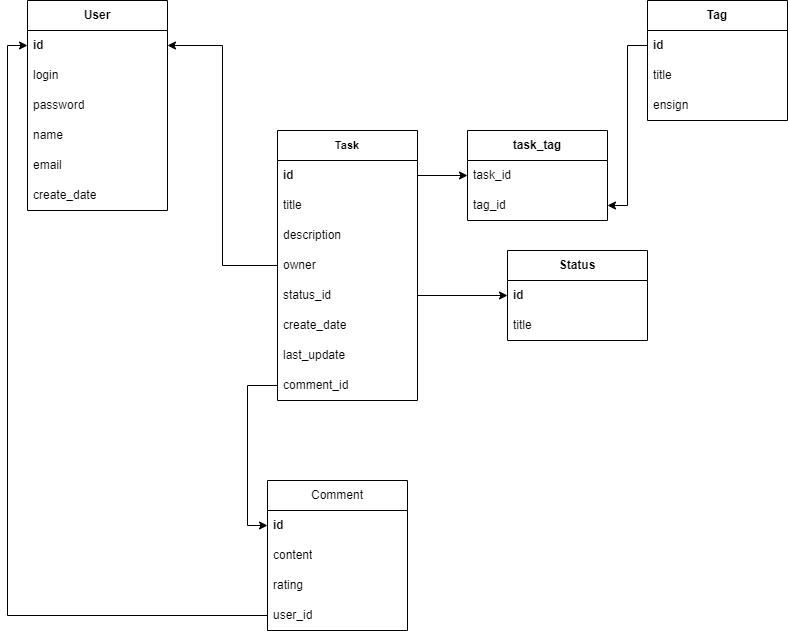
Before: db_schema.drawio.png, a diagram exported from draw.io (dmitrijgashuk/Task_Manager). Source tidied: cells renumbered, new cells last; positions are measured from the earlier drawing's top-left corner, leaving out a move shared by most shapes.
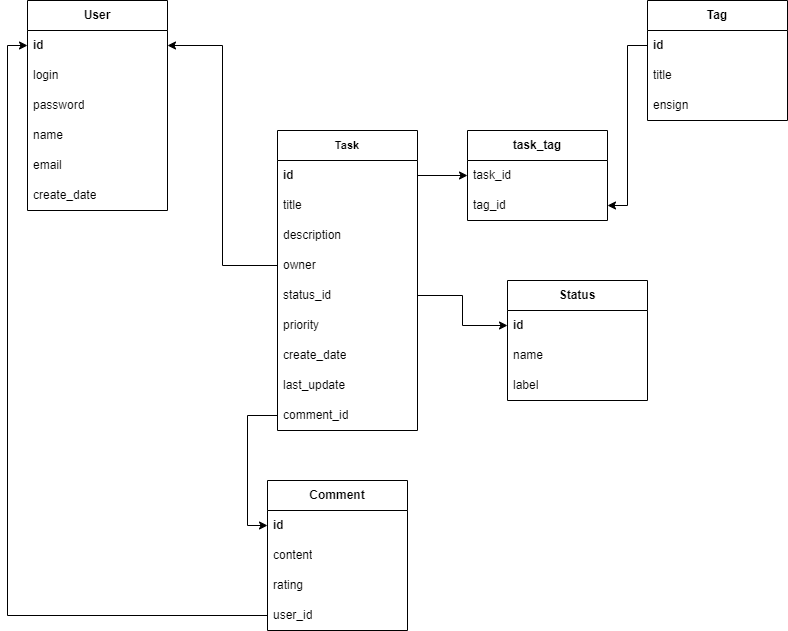
After the commit.

The edit, as a diff of the source:
```diff
@@ -24,7 +24,7 @@
       <mxGeometry y="180" width="140" height="30" as="geometry" />
     </mxCell>
     <mxCell id="9" value="Task" style="swimlane;fontStyle=1;horizontal=1;startSize=30;whiteSpace=wrap;html=1;fontSize=11;" parent="1" vertex="1">
-      <mxGeometry x="250" y="130" width="140" height="270" as="geometry" />
+      <mxGeometry x="250" y="130" width="140" height="300" as="geometry" />
     </mxCell>
     <mxCell id="10" value="id" style="text;strokeColor=none;fillColor=none;align=left;verticalAlign=middle;spacingLeft=4;spacingRight=4;overflow=hidden;points=[[0,0.5],[1,0.5]];portConstraint=eastwest;whiteSpace=wrap;html=1;fontStyle=1;" parent="9" vertex="1">
       <mxGeometry y="30" width="140" height="30" as="geometry" />
@@ -41,16 +41,19 @@
     <mxCell id="14" value="status_id" style="text;strokeColor=none;fillColor=none;align=left;verticalAlign=middle;spacingLeft=4;spacingRight=4;overflow=hidden;points=[[0,0.5],[1,0.5]];portConstraint=eastwest;whiteSpace=wrap;html=1;" parent="9" vertex="1">
       <mxGeometry y="150" width="140" height="30" as="geometry" />
     </mxCell>
+    <mxCell id="39" value="priority" style="text;strokeColor=none;fillColor=none;align=left;verticalAlign=middle;spacingLeft=4;spacingRight=4;overflow=hidden;whiteSpace=wrap;html=1;" parent="9" vertex="1">
+      <mxGeometry y="180" width="140" height="30" as="geometry" />
+    </mxCell>
     <mxCell id="15" value="create_date" style="text;strokeColor=none;fillColor=none;align=left;verticalAlign=middle;spacingLeft=4;spacingRight=4;overflow=hidden;whiteSpace=wrap;html=1;" parent="9" vertex="1">
-      <mxGeometry y="180" width="140" height="30" as="geometry" />
+      <mxGeometry y="210" width="140" height="30" as="geometry" />
     </mxCell>
     <mxCell id="16" value="last_update" style="text;strokeColor=none;fillColor=none;align=left;verticalAlign=middle;spacingLeft=4;spacingRight=4;overflow=hidden;whiteSpace=wrap;html=1;" parent="9" vertex="1">
-      <mxGeometry y="210" width="140" height="30" as="geometry" />
+      <mxGeometry y="240" width="140" height="30" as="geometry" />
     </mxCell>
     <mxCell id="17" value="comment_id" style="text;strokeColor=none;fillColor=none;align=left;verticalAlign=middle;spacingLeft=4;spacingRight=4;overflow=hidden;points=[[0,0.5],[1,0.5]];portConstraint=eastwest;whiteSpace=wrap;html=1;" parent="9" vertex="1">
-      <mxGeometry y="240" width="140" height="30" as="geometry" />
+      <mxGeometry y="270" width="140" height="30" as="geometry" />
     </mxCell>
-    <mxCell id="18" value="Comment" style="swimlane;fontStyle=0;horizontal=1;startSize=30;whiteSpace=wrap;html=1;" parent="1" vertex="1">
+    <mxCell id="18" value="Comment" style="swimlane;fontStyle=1;horizontal=1;startSize=30;whiteSpace=wrap;html=1;" parent="1" vertex="1">
       <mxGeometry x="240" y="480" width="140" height="150" as="geometry" />
     </mxCell>
     <mxCell id="19" value="id" style="text;strokeColor=none;fillColor=none;align=left;verticalAlign=middle;spacingLeft=4;spacingRight=4;overflow=hidden;points=[[0,0.5],[1,0.5]];portConstraint=eastwest;whiteSpace=wrap;html=1;fontStyle=1;" parent="18" vertex="1">
@@ -77,18 +80,6 @@
     <mxCell id="26" value="ensign" style="text;strokeColor=none;fillColor=none;align=left;verticalAlign=middle;spacingLeft=4;spacingRight=4;overflow=hidden;whiteSpace=wrap;html=1;" parent="23" vertex="1">
       <mxGeometry y="90" width="140" height="30" as="geometry" />
     </mxCell>
-    <mxCell id="27" value="Status" style="swimlane;fontStyle=1;horizontal=1;startSize=30;whiteSpace=wrap;html=1;" parent="1" vertex="1">
-      <mxGeometry x="480" y="250" width="140" height="90" as="geometry" />
-    </mxCell>
-    <mxCell id="28" value="id" style="text;strokeColor=none;fillColor=none;align=left;verticalAlign=middle;spacingLeft=4;spacingRight=4;overflow=hidden;points=[[0,0.5],[1,0.5]];portConstraint=eastwest;whiteSpace=wrap;html=1;fontStyle=1;" parent="27" vertex="1">
-      <mxGeometry y="30" width="140" height="30" as="geometry" />
-    </mxCell>
-    <mxCell id="29" value="title" style="text;strokeColor=none;fillColor=none;align=left;verticalAlign=middle;spacingLeft=4;spacingRight=4;overflow=hidden;whiteSpace=wrap;html=1;" parent="27" vertex="1">
-      <mxGeometry y="60" width="140" height="30" as="geometry" />
-    </mxCell>
-    <mxCell id="30" style="edgeStyle=orthogonalEdgeStyle;rounded=0;jettySize=auto;html=1;entryX=0;entryY=0.5;entryDx=0;entryDy=0;fontSize=12;" parent="1" edge="1" source="14" target="28">
-      <mxGeometry relative="1" as="geometry" />
-    </mxCell>
     <mxCell id="31" value="task_tag" style="swimlane;fontStyle=1;horizontal=1;startSize=30;whiteSpace=wrap;html=1;fontSize=12;" parent="1" vertex="1">
       <mxGeometry x="440" y="130" width="140" height="90" as="geometry" />
     </mxCell>
@@ -113,5 +104,20 @@
     <mxCell id="38" style="edgeStyle=orthogonalEdgeStyle;rounded=0;jettySize=auto;html=1;fontSize=12;entryX=0;entryY=0.5;entryDx=0;entryDy=0;" parent="1" edge="1" source="17" target="19">
       <mxGeometry relative="1" as="geometry" />
     </mxCell>
+    <mxCell id="27" value="Status" style="swimlane;fontStyle=1;horizontal=1;startSize=30;whiteSpace=wrap;html=1;" parent="1" vertex="1">
+      <mxGeometry x="480" y="280" width="140" height="120" as="geometry" />
+    </mxCell>
+    <mxCell id="28" value="id" style="text;strokeColor=none;fillColor=none;align=left;verticalAlign=middle;spacingLeft=4;spacingRight=4;overflow=hidden;points=[[0,0.5],[1,0.5]];portConstraint=eastwest;whiteSpace=wrap;html=1;fontStyle=1;" parent="27" vertex="1">
+      <mxGeometry y="30" width="140" height="30" as="geometry" />
+    </mxCell>
+    <mxCell id="40" value="name" style="text;strokeColor=none;fillColor=none;align=left;verticalAlign=middle;spacingLeft=4;spacingRight=4;overflow=hidden;whiteSpace=wrap;html=1;" parent="27" vertex="1">
+      <mxGeometry y="60" width="140" height="30" as="geometry" />
+    </mxCell>
+    <mxCell id="41" value="label" style="text;strokeColor=none;fillColor=none;align=left;verticalAlign=middle;spacingLeft=4;spacingRight=4;overflow=hidden;whiteSpace=wrap;html=1;" parent="27" vertex="1">
+      <mxGeometry y="90" width="140" height="30" as="geometry" />
+    </mxCell>
+    <mxCell id="30" style="edgeStyle=orthogonalEdgeStyle;rounded=0;jettySize=auto;html=1;" parent="1" edge="1" source="14" target="28">
+      <mxGeometry relative="1" as="geometry" />
+    </mxCell>
   </root>
 </mxGraphModel>
```
